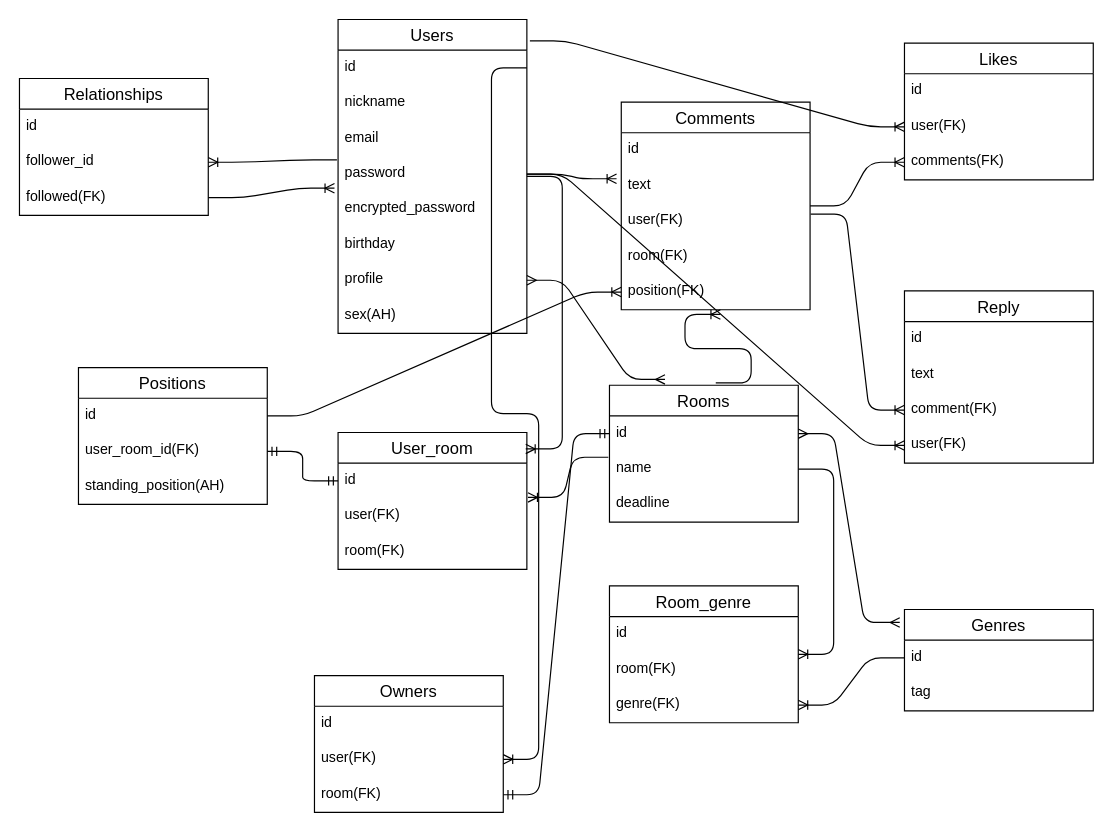
Above: ER図.dio in harukicode0/discussion_app_2022 (draw.io), before the change. Source tidied: cells renumbered, new cells numbered last; positions are measured from the earlier drawing's top-left corner, leaving out a move shared by most shapes. Both pictures are drawn from the tidied source at 118%, with x=0, y=0 at pixel (19, 19).
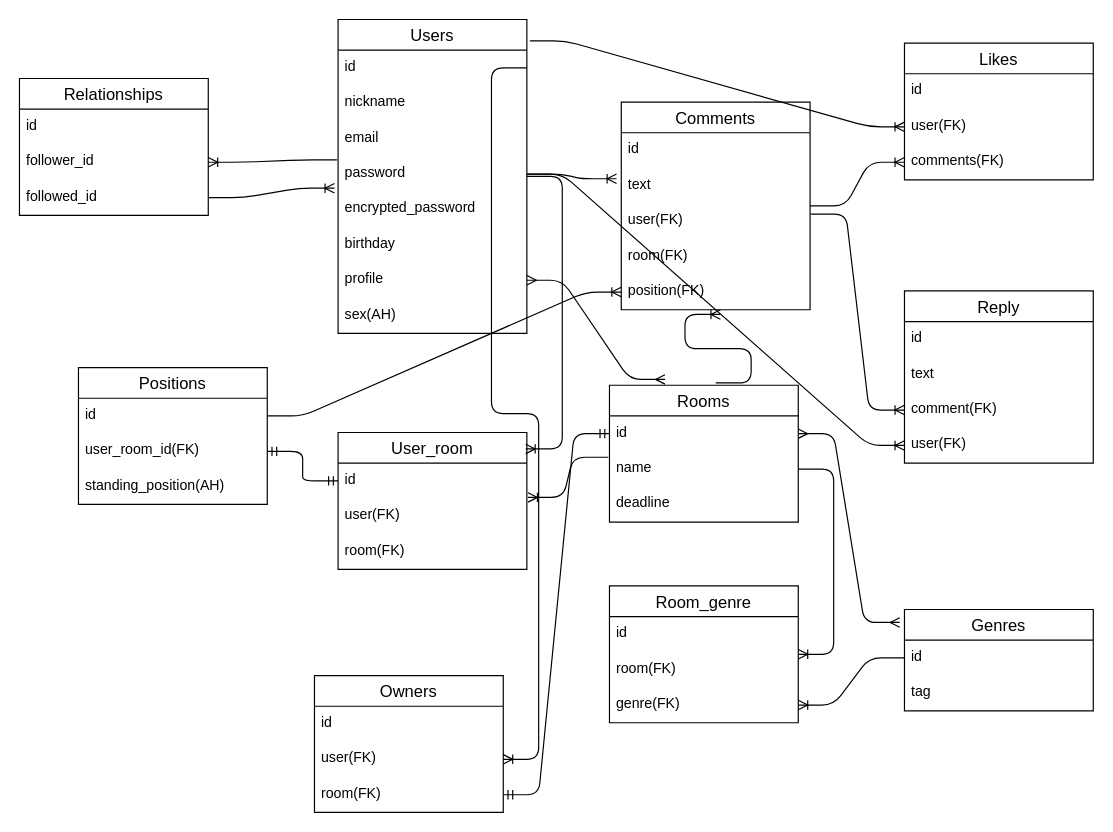
The same diagram, later.

Unchanged cells that the change refers to:
```xml
<mxCell id="16" value="Relationships" style="swimlane;fontStyle=0;horizontal=1;startSize=26;align=center;fontSize=14;" parent="1" vertex="1">
  <mxGeometry y="50" width="160" height="116" as="geometry" />
</mxCell>
```

The edit, as a diff of the source:
```diff
@@
-    <mxCell id="19" value="followed(FK)" style="text;strokeColor=none;fillColor=none;spacingLeft=4;spacingRight=4;overflow=hidden;points=[[0,0.5],[1,0.5]];portConstraint=eastwest;fontSize=12;" parent="16" vertex="1">
+    <mxCell id="19" value="followed_id" style="text;strokeColor=none;fillColor=none;spacingLeft=4;spacingRight=4;overflow=hidden;points=[[0,0.5],[1,0.5]];portConstraint=eastwest;fontSize=12;" parent="16" vertex="1">
       <mxGeometry y="86" width="160" height="30" as="geometry" />
     </mxCell>
```
